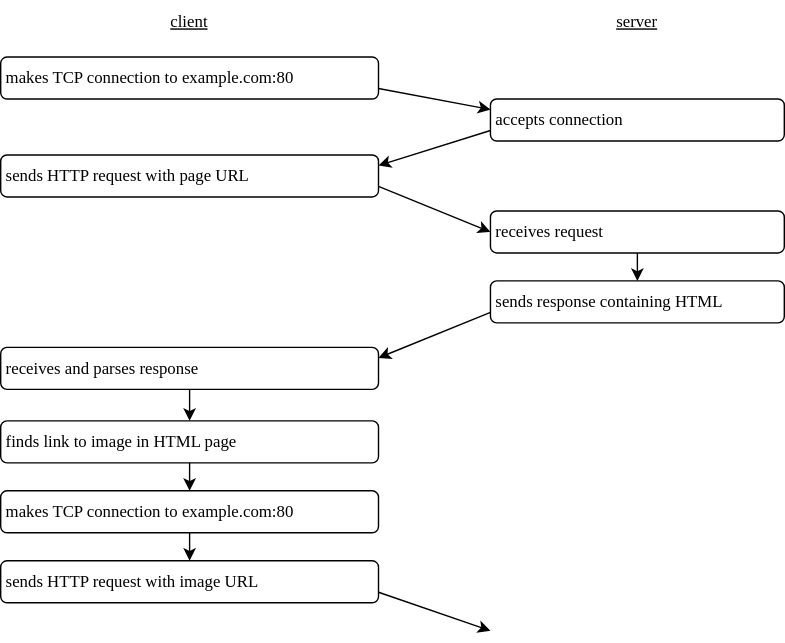
Earlier version of the draw.io export sdxpy/http/http_lifecycle.svg (gvwilson/thirdbit). Source tidied: cells renumbered, new cells last; positions are measured from the earlier drawing's top-left corner, leaving out a move shared by most shapes. Its diagram source:
```xml
<mxGraphModel>
  <root>
    <mxCell id="0" />
    <mxCell id="1" parent="0" />
    <mxCell id="2" value="makes TCP connection to example.com:80" style="text;html=1;strokeColor=default;fillColor=none;align=left;verticalAlign=middle;whiteSpace=wrap;rounded=1;hachureGap=4;fontFamily=Verdana;fontSize=12;spacingTop=0;spacing=4;" parent="1" vertex="1">
      <mxGeometry y="40" width="270" height="30" as="geometry" />
    </mxCell>
    <mxCell id="3" value="sends HTTP request with page URL" style="text;html=1;strokeColor=default;fillColor=none;align=left;verticalAlign=middle;whiteSpace=wrap;rounded=1;hachureGap=4;fontFamily=Verdana;fontSize=12;spacingTop=0;spacing=4;" parent="1" vertex="1">
      <mxGeometry y="110" width="270" height="30" as="geometry" />
    </mxCell>
    <mxCell id="4" value="receives and parses response" style="text;html=1;strokeColor=default;fillColor=none;align=left;verticalAlign=middle;whiteSpace=wrap;rounded=1;hachureGap=4;fontFamily=Verdana;fontSize=12;spacingTop=0;spacing=4;" parent="1" vertex="1">
      <mxGeometry y="247.5" width="270" height="30" as="geometry" />
    </mxCell>
    <mxCell id="5" value="makes TCP connection to example.com:80" style="text;html=1;strokeColor=default;fillColor=none;align=left;verticalAlign=middle;whiteSpace=wrap;rounded=1;hachureGap=4;fontFamily=Verdana;fontSize=12;spacingTop=0;spacing=4;" parent="1" vertex="1">
      <mxGeometry y="350" width="270" height="30" as="geometry" />
    </mxCell>
    <mxCell id="6" value="sends HTTP request with image URL" style="text;html=1;strokeColor=default;fillColor=none;align=left;verticalAlign=middle;whiteSpace=wrap;rounded=1;hachureGap=4;fontFamily=Verdana;fontSize=12;spacingTop=0;spacing=4;" parent="1" vertex="1">
      <mxGeometry y="400" width="270" height="30" as="geometry" />
    </mxCell>
    <mxCell id="7" value="finds link to image in HTML page" style="text;html=1;strokeColor=default;fillColor=none;align=left;verticalAlign=middle;whiteSpace=wrap;rounded=1;hachureGap=4;fontFamily=Verdana;fontSize=12;spacingTop=0;spacing=4;" parent="1" vertex="1">
      <mxGeometry y="300" width="270" height="30" as="geometry" />
    </mxCell>
    <mxCell id="8" value="accepts connection" style="text;html=1;strokeColor=default;fillColor=none;align=left;verticalAlign=middle;whiteSpace=wrap;rounded=1;hachureGap=4;fontFamily=Verdana;fontSize=12;spacingTop=0;spacing=4;" parent="1" vertex="1">
      <mxGeometry x="350" y="70" width="210" height="30" as="geometry" />
    </mxCell>
    <mxCell id="9" value="receives request" style="text;html=1;strokeColor=default;fillColor=none;align=left;verticalAlign=middle;whiteSpace=wrap;rounded=1;hachureGap=4;fontFamily=Verdana;fontSize=12;spacingTop=0;spacing=4;" parent="1" vertex="1">
      <mxGeometry x="350" y="150" width="210" height="30" as="geometry" />
    </mxCell>
    <mxCell id="10" value="sends response containing HTML" style="text;html=1;strokeColor=default;fillColor=none;align=left;verticalAlign=middle;whiteSpace=wrap;rounded=1;hachureGap=4;fontFamily=Verdana;fontSize=12;spacingTop=0;spacing=4;" parent="1" vertex="1">
      <mxGeometry x="350" y="200" width="210" height="30" as="geometry" />
    </mxCell>
    <mxCell id="11" style="endArrow=classic;html=1;rounded=1;hachureGap=4;fontFamily=Verdana;fontSize=12;startSize=6;endSize=6;sourcePerimeterSpacing=0;targetPerimeterSpacing=0;exitX=1;exitY=0.75;exitDx=0;exitDy=0;entryX=0;entryY=0.25;entryDx=0;entryDy=0;" parent="1" edge="1" source="2" target="8">
      <mxGeometry relative="1" as="geometry" />
    </mxCell>
    <mxCell id="12" style="endArrow=classic;html=1;rounded=1;hachureGap=4;fontFamily=Verdana;fontSize=12;startSize=6;endSize=6;sourcePerimeterSpacing=0;targetPerimeterSpacing=0;exitX=0;exitY=0.75;exitDx=0;exitDy=0;entryX=1;entryY=0.25;entryDx=0;entryDy=0;" parent="1" edge="1" source="8" target="3">
      <mxGeometry relative="1" as="geometry" />
    </mxCell>
    <mxCell id="13" style="endArrow=classic;html=1;rounded=1;hachureGap=4;fontFamily=Verdana;fontSize=12;startSize=6;endSize=6;sourcePerimeterSpacing=0;targetPerimeterSpacing=0;exitX=1;exitY=0.75;exitDx=0;exitDy=0;entryX=0;entryY=0.5;entryDx=0;entryDy=0;" parent="1" edge="1" source="3" target="9">
      <mxGeometry relative="1" as="geometry" />
    </mxCell>
    <mxCell id="14" style="endArrow=classic;html=1;rounded=1;hachureGap=4;fontFamily=Verdana;fontSize=12;startSize=6;endSize=6;sourcePerimeterSpacing=0;targetPerimeterSpacing=0;exitX=0;exitY=0.75;exitDx=0;exitDy=0;entryX=1;entryY=0.25;entryDx=0;entryDy=0;" parent="1" edge="1" source="10" target="4">
      <mxGeometry relative="1" as="geometry" />
    </mxCell>
    <mxCell id="15" style="endArrow=classic;html=1;rounded=1;hachureGap=4;fontFamily=Verdana;fontSize=12;startSize=6;endSize=6;sourcePerimeterSpacing=0;targetPerimeterSpacing=0;exitX=0.5;exitY=1;exitDx=0;exitDy=0;entryX=0.5;entryY=0;entryDx=0;entryDy=0;" parent="1" edge="1" source="4" target="7">
      <mxGeometry relative="1" as="geometry" />
    </mxCell>
    <mxCell id="16" style="endArrow=classic;html=1;rounded=1;hachureGap=4;fontFamily=Verdana;fontSize=12;startSize=6;endSize=6;sourcePerimeterSpacing=0;targetPerimeterSpacing=0;exitX=0.5;exitY=1;exitDx=0;exitDy=0;entryX=0.5;entryY=0;entryDx=0;entryDy=0;" parent="1" edge="1" source="7" target="5">
      <mxGeometry relative="1" as="geometry" />
    </mxCell>
    <mxCell id="17" style="endArrow=classic;html=1;rounded=1;hachureGap=4;fontFamily=Verdana;fontSize=12;startSize=6;endSize=6;sourcePerimeterSpacing=0;targetPerimeterSpacing=0;exitX=0.5;exitY=1;exitDx=0;exitDy=0;entryX=0.5;entryY=0;entryDx=0;entryDy=0;" parent="1" edge="1" source="5" target="6">
      <mxGeometry relative="1" as="geometry" />
    </mxCell>
    <mxCell id="18" style="endArrow=classic;html=1;rounded=1;hachureGap=4;fontFamily=Verdana;fontSize=12;startSize=6;endSize=6;sourcePerimeterSpacing=0;targetPerimeterSpacing=0;exitX=1;exitY=0.75;exitDx=0;exitDy=0;" parent="1" edge="1" source="6">
      <mxGeometry relative="1" as="geometry">
        <mxPoint x="350" y="450" as="targetPoint" />
      </mxGeometry>
    </mxCell>
    <mxCell id="19" value="&lt;u style=&quot;font-size: 12px;&quot;&gt;client&lt;/u&gt;" style="text;html=1;strokeColor=none;fillColor=none;align=center;verticalAlign=middle;whiteSpace=wrap;rounded=0;hachureGap=4;fontFamily=Verdana;fontSize=12;" parent="1" vertex="1">
      <mxGeometry x="105" width="60" height="30" as="geometry" />
    </mxCell>
    <mxCell id="20" value="&lt;u style=&quot;font-size: 12px;&quot;&gt;server&lt;/u&gt;" style="text;html=1;strokeColor=none;fillColor=none;align=center;verticalAlign=middle;whiteSpace=wrap;rounded=0;hachureGap=4;fontFamily=Verdana;fontSize=12;" parent="1" vertex="1">
      <mxGeometry x="425" width="60" height="30" as="geometry" />
    </mxCell>
    <mxCell id="21" style="endArrow=classic;html=1;rounded=0;exitX=0.5;exitY=1;exitDx=0;exitDy=0;entryX=0.5;entryY=0;entryDx=0;entryDy=0;" parent="1" edge="1" source="9" target="10">
      <mxGeometry relative="1" as="geometry" />
    </mxCell>
  </root>
</mxGraphModel>
```
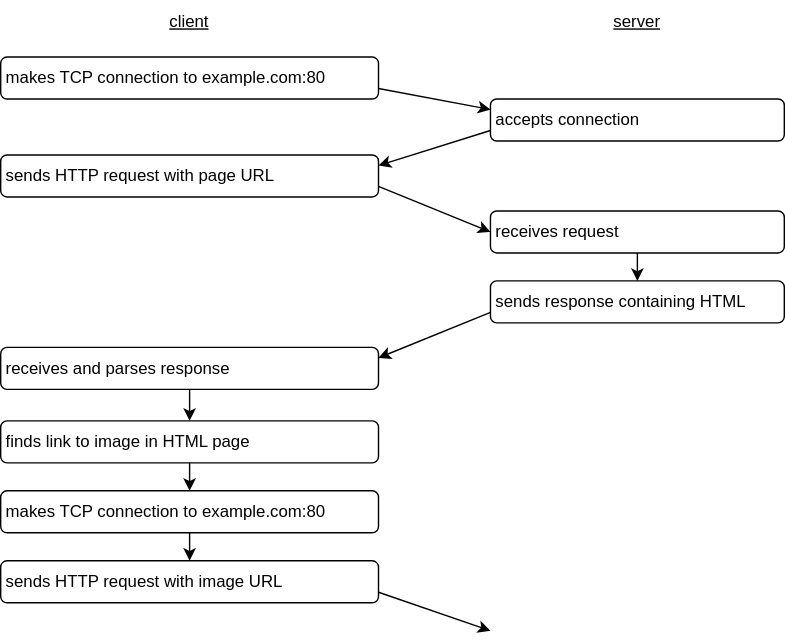
Above is the later version.

The edit, as a diff of the source:
```diff
@@ -2,63 +2,63 @@
   <root>
     <mxCell id="0" />
     <mxCell id="1" parent="0" />
-    <mxCell id="2" value="makes TCP connection to example.com:80" style="text;html=1;strokeColor=default;fillColor=none;align=left;verticalAlign=middle;whiteSpace=wrap;rounded=1;hachureGap=4;fontFamily=Verdana;fontSize=12;spacingTop=0;spacing=4;" parent="1" vertex="1">
+    <mxCell id="2" value="makes TCP connection to example.com:80" style="text;html=1;strokeColor=default;fillColor=none;align=left;verticalAlign=middle;whiteSpace=wrap;rounded=1;hachureGap=4;fontFamily=Helvetica;fontSize=12;spacingTop=0;spacing=4;" parent="1" vertex="1">
       <mxGeometry y="40" width="270" height="30" as="geometry" />
     </mxCell>
-    <mxCell id="3" value="sends HTTP request with page URL" style="text;html=1;strokeColor=default;fillColor=none;align=left;verticalAlign=middle;whiteSpace=wrap;rounded=1;hachureGap=4;fontFamily=Verdana;fontSize=12;spacingTop=0;spacing=4;" parent="1" vertex="1">
+    <mxCell id="3" value="sends HTTP request with page URL" style="text;html=1;strokeColor=default;fillColor=none;align=left;verticalAlign=middle;whiteSpace=wrap;rounded=1;hachureGap=4;fontFamily=Helvetica;fontSize=12;spacingTop=0;spacing=4;" parent="1" vertex="1">
       <mxGeometry y="110" width="270" height="30" as="geometry" />
     </mxCell>
-    <mxCell id="4" value="receives and parses response" style="text;html=1;strokeColor=default;fillColor=none;align=left;verticalAlign=middle;whiteSpace=wrap;rounded=1;hachureGap=4;fontFamily=Verdana;fontSize=12;spacingTop=0;spacing=4;" parent="1" vertex="1">
+    <mxCell id="4" value="receives and parses response" style="text;html=1;strokeColor=default;fillColor=none;align=left;verticalAlign=middle;whiteSpace=wrap;rounded=1;hachureGap=4;fontFamily=Helvetica;fontSize=12;spacingTop=0;spacing=4;" parent="1" vertex="1">
       <mxGeometry y="247.5" width="270" height="30" as="geometry" />
     </mxCell>
-    <mxCell id="5" value="makes TCP connection to example.com:80" style="text;html=1;strokeColor=default;fillColor=none;align=left;verticalAlign=middle;whiteSpace=wrap;rounded=1;hachureGap=4;fontFamily=Verdana;fontSize=12;spacingTop=0;spacing=4;" parent="1" vertex="1">
+    <mxCell id="5" value="makes TCP connection to example.com:80" style="text;html=1;strokeColor=default;fillColor=none;align=left;verticalAlign=middle;whiteSpace=wrap;rounded=1;hachureGap=4;fontFamily=Helvetica;fontSize=12;spacingTop=0;spacing=4;" parent="1" vertex="1">
       <mxGeometry y="350" width="270" height="30" as="geometry" />
     </mxCell>
-    <mxCell id="6" value="sends HTTP request with image URL" style="text;html=1;strokeColor=default;fillColor=none;align=left;verticalAlign=middle;whiteSpace=wrap;rounded=1;hachureGap=4;fontFamily=Verdana;fontSize=12;spacingTop=0;spacing=4;" parent="1" vertex="1">
+    <mxCell id="6" value="sends HTTP request with image URL" style="text;html=1;strokeColor=default;fillColor=none;align=left;verticalAlign=middle;whiteSpace=wrap;rounded=1;hachureGap=4;fontFamily=Helvetica;fontSize=12;spacingTop=0;spacing=4;" parent="1" vertex="1">
       <mxGeometry y="400" width="270" height="30" as="geometry" />
     </mxCell>
-    <mxCell id="7" value="finds link to image in HTML page" style="text;html=1;strokeColor=default;fillColor=none;align=left;verticalAlign=middle;whiteSpace=wrap;rounded=1;hachureGap=4;fontFamily=Verdana;fontSize=12;spacingTop=0;spacing=4;" parent="1" vertex="1">
+    <mxCell id="7" value="finds link to image in HTML page" style="text;html=1;strokeColor=default;fillColor=none;align=left;verticalAlign=middle;whiteSpace=wrap;rounded=1;hachureGap=4;fontFamily=Helvetica;fontSize=12;spacingTop=0;spacing=4;" parent="1" vertex="1">
       <mxGeometry y="300" width="270" height="30" as="geometry" />
     </mxCell>
-    <mxCell id="8" value="accepts connection" style="text;html=1;strokeColor=default;fillColor=none;align=left;verticalAlign=middle;whiteSpace=wrap;rounded=1;hachureGap=4;fontFamily=Verdana;fontSize=12;spacingTop=0;spacing=4;" parent="1" vertex="1">
+    <mxCell id="8" value="accepts connection" style="text;html=1;strokeColor=default;fillColor=none;align=left;verticalAlign=middle;whiteSpace=wrap;rounded=1;hachureGap=4;fontFamily=Helvetica;fontSize=12;spacingTop=0;spacing=4;" parent="1" vertex="1">
       <mxGeometry x="350" y="70" width="210" height="30" as="geometry" />
     </mxCell>
-    <mxCell id="9" value="receives request" style="text;html=1;strokeColor=default;fillColor=none;align=left;verticalAlign=middle;whiteSpace=wrap;rounded=1;hachureGap=4;fontFamily=Verdana;fontSize=12;spacingTop=0;spacing=4;" parent="1" vertex="1">
+    <mxCell id="9" value="receives request" style="text;html=1;strokeColor=default;fillColor=none;align=left;verticalAlign=middle;whiteSpace=wrap;rounded=1;hachureGap=4;fontFamily=Helvetica;fontSize=12;spacingTop=0;spacing=4;" parent="1" vertex="1">
       <mxGeometry x="350" y="150" width="210" height="30" as="geometry" />
     </mxCell>
-    <mxCell id="10" value="sends response containing HTML" style="text;html=1;strokeColor=default;fillColor=none;align=left;verticalAlign=middle;whiteSpace=wrap;rounded=1;hachureGap=4;fontFamily=Verdana;fontSize=12;spacingTop=0;spacing=4;" parent="1" vertex="1">
+    <mxCell id="10" value="sends response containing HTML" style="text;html=1;strokeColor=default;fillColor=none;align=left;verticalAlign=middle;whiteSpace=wrap;rounded=1;hachureGap=4;fontFamily=Helvetica;fontSize=12;spacingTop=0;spacing=4;" parent="1" vertex="1">
       <mxGeometry x="350" y="200" width="210" height="30" as="geometry" />
     </mxCell>
-    <mxCell id="11" style="endArrow=classic;html=1;rounded=1;hachureGap=4;fontFamily=Verdana;fontSize=12;startSize=6;endSize=6;sourcePerimeterSpacing=0;targetPerimeterSpacing=0;exitX=1;exitY=0.75;exitDx=0;exitDy=0;entryX=0;entryY=0.25;entryDx=0;entryDy=0;" parent="1" edge="1" source="2" target="8">
+    <mxCell id="11" style="endArrow=classic;html=1;rounded=1;hachureGap=4;fontFamily=Helvetica;fontSize=12;startSize=6;endSize=6;sourcePerimeterSpacing=0;targetPerimeterSpacing=0;exitX=1;exitY=0.75;exitDx=0;exitDy=0;entryX=0;entryY=0.25;entryDx=0;entryDy=0;" parent="1" edge="1" source="2" target="8">
       <mxGeometry relative="1" as="geometry" />
     </mxCell>
-    <mxCell id="12" style="endArrow=classic;html=1;rounded=1;hachureGap=4;fontFamily=Verdana;fontSize=12;startSize=6;endSize=6;sourcePerimeterSpacing=0;targetPerimeterSpacing=0;exitX=0;exitY=0.75;exitDx=0;exitDy=0;entryX=1;entryY=0.25;entryDx=0;entryDy=0;" parent="1" edge="1" source="8" target="3">
+    <mxCell id="12" style="endArrow=classic;html=1;rounded=1;hachureGap=4;fontFamily=Helvetica;fontSize=12;startSize=6;endSize=6;sourcePerimeterSpacing=0;targetPerimeterSpacing=0;exitX=0;exitY=0.75;exitDx=0;exitDy=0;entryX=1;entryY=0.25;entryDx=0;entryDy=0;" parent="1" edge="1" source="8" target="3">
       <mxGeometry relative="1" as="geometry" />
     </mxCell>
-    <mxCell id="13" style="endArrow=classic;html=1;rounded=1;hachureGap=4;fontFamily=Verdana;fontSize=12;startSize=6;endSize=6;sourcePerimeterSpacing=0;targetPerimeterSpacing=0;exitX=1;exitY=0.75;exitDx=0;exitDy=0;entryX=0;entryY=0.5;entryDx=0;entryDy=0;" parent="1" edge="1" source="3" target="9">
+    <mxCell id="13" style="endArrow=classic;html=1;rounded=1;hachureGap=4;fontFamily=Helvetica;fontSize=12;startSize=6;endSize=6;sourcePerimeterSpacing=0;targetPerimeterSpacing=0;exitX=1;exitY=0.75;exitDx=0;exitDy=0;entryX=0;entryY=0.5;entryDx=0;entryDy=0;" parent="1" edge="1" source="3" target="9">
       <mxGeometry relative="1" as="geometry" />
     </mxCell>
-    <mxCell id="14" style="endArrow=classic;html=1;rounded=1;hachureGap=4;fontFamily=Verdana;fontSize=12;startSize=6;endSize=6;sourcePerimeterSpacing=0;targetPerimeterSpacing=0;exitX=0;exitY=0.75;exitDx=0;exitDy=0;entryX=1;entryY=0.25;entryDx=0;entryDy=0;" parent="1" edge="1" source="10" target="4">
+    <mxCell id="14" style="endArrow=classic;html=1;rounded=1;hachureGap=4;fontFamily=Helvetica;fontSize=12;startSize=6;endSize=6;sourcePerimeterSpacing=0;targetPerimeterSpacing=0;exitX=0;exitY=0.75;exitDx=0;exitDy=0;entryX=1;entryY=0.25;entryDx=0;entryDy=0;" parent="1" edge="1" source="10" target="4">
       <mxGeometry relative="1" as="geometry" />
     </mxCell>
-    <mxCell id="15" style="endArrow=classic;html=1;rounded=1;hachureGap=4;fontFamily=Verdana;fontSize=12;startSize=6;endSize=6;sourcePerimeterSpacing=0;targetPerimeterSpacing=0;exitX=0.5;exitY=1;exitDx=0;exitDy=0;entryX=0.5;entryY=0;entryDx=0;entryDy=0;" parent="1" edge="1" source="4" target="7">
+    <mxCell id="15" style="endArrow=classic;html=1;rounded=1;hachureGap=4;fontFamily=Helvetica;fontSize=12;startSize=6;endSize=6;sourcePerimeterSpacing=0;targetPerimeterSpacing=0;exitX=0.5;exitY=1;exitDx=0;exitDy=0;entryX=0.5;entryY=0;entryDx=0;entryDy=0;" parent="1" edge="1" source="4" target="7">
       <mxGeometry relative="1" as="geometry" />
     </mxCell>
-    <mxCell id="16" style="endArrow=classic;html=1;rounded=1;hachureGap=4;fontFamily=Verdana;fontSize=12;startSize=6;endSize=6;sourcePerimeterSpacing=0;targetPerimeterSpacing=0;exitX=0.5;exitY=1;exitDx=0;exitDy=0;entryX=0.5;entryY=0;entryDx=0;entryDy=0;" parent="1" edge="1" source="7" target="5">
+    <mxCell id="16" style="endArrow=classic;html=1;rounded=1;hachureGap=4;fontFamily=Helvetica;fontSize=12;startSize=6;endSize=6;sourcePerimeterSpacing=0;targetPerimeterSpacing=0;exitX=0.5;exitY=1;exitDx=0;exitDy=0;entryX=0.5;entryY=0;entryDx=0;entryDy=0;" parent="1" edge="1" source="7" target="5">
       <mxGeometry relative="1" as="geometry" />
     </mxCell>
-    <mxCell id="17" style="endArrow=classic;html=1;rounded=1;hachureGap=4;fontFamily=Verdana;fontSize=12;startSize=6;endSize=6;sourcePerimeterSpacing=0;targetPerimeterSpacing=0;exitX=0.5;exitY=1;exitDx=0;exitDy=0;entryX=0.5;entryY=0;entryDx=0;entryDy=0;" parent="1" edge="1" source="5" target="6">
+    <mxCell id="17" style="endArrow=classic;html=1;rounded=1;hachureGap=4;fontFamily=Helvetica;fontSize=12;startSize=6;endSize=6;sourcePerimeterSpacing=0;targetPerimeterSpacing=0;exitX=0.5;exitY=1;exitDx=0;exitDy=0;entryX=0.5;entryY=0;entryDx=0;entryDy=0;" parent="1" edge="1" source="5" target="6">
       <mxGeometry relative="1" as="geometry" />
     </mxCell>
-    <mxCell id="18" style="endArrow=classic;html=1;rounded=1;hachureGap=4;fontFamily=Verdana;fontSize=12;startSize=6;endSize=6;sourcePerimeterSpacing=0;targetPerimeterSpacing=0;exitX=1;exitY=0.75;exitDx=0;exitDy=0;" parent="1" edge="1" source="6">
+    <mxCell id="18" style="endArrow=classic;html=1;rounded=1;hachureGap=4;fontFamily=Helvetica;fontSize=12;startSize=6;endSize=6;sourcePerimeterSpacing=0;targetPerimeterSpacing=0;exitX=1;exitY=0.75;exitDx=0;exitDy=0;" parent="1" edge="1" source="6">
       <mxGeometry relative="1" as="geometry">
         <mxPoint x="350" y="450" as="targetPoint" />
       </mxGeometry>
     </mxCell>
-    <mxCell id="19" value="&lt;u style=&quot;font-size: 12px;&quot;&gt;client&lt;/u&gt;" style="text;html=1;strokeColor=none;fillColor=none;align=center;verticalAlign=middle;whiteSpace=wrap;rounded=0;hachureGap=4;fontFamily=Verdana;fontSize=12;" parent="1" vertex="1">
+    <mxCell id="19" value="&lt;u style=&quot;font-size: 12px;&quot;&gt;client&lt;/u&gt;" style="text;html=1;strokeColor=none;fillColor=none;align=center;verticalAlign=middle;whiteSpace=wrap;rounded=0;hachureGap=4;fontFamily=Helvetica;fontSize=12;" parent="1" vertex="1">
       <mxGeometry x="105" width="60" height="30" as="geometry" />
     </mxCell>
-    <mxCell id="20" value="&lt;u style=&quot;font-size: 12px;&quot;&gt;server&lt;/u&gt;" style="text;html=1;strokeColor=none;fillColor=none;align=center;verticalAlign=middle;whiteSpace=wrap;rounded=0;hachureGap=4;fontFamily=Verdana;fontSize=12;" parent="1" vertex="1">
+    <mxCell id="20" value="&lt;u style=&quot;font-size: 12px;&quot;&gt;server&lt;/u&gt;" style="text;html=1;strokeColor=none;fillColor=none;align=center;verticalAlign=middle;whiteSpace=wrap;rounded=0;hachureGap=4;fontFamily=Helvetica;fontSize=12;" parent="1" vertex="1">
       <mxGeometry x="425" width="60" height="30" as="geometry" />
     </mxCell>
     <mxCell id="21" style="endArrow=classic;html=1;rounded=0;exitX=0.5;exitY=1;exitDx=0;exitDy=0;entryX=0.5;entryY=0;entryDx=0;entryDy=0;" parent="1" edge="1" source="9" target="10">
```
